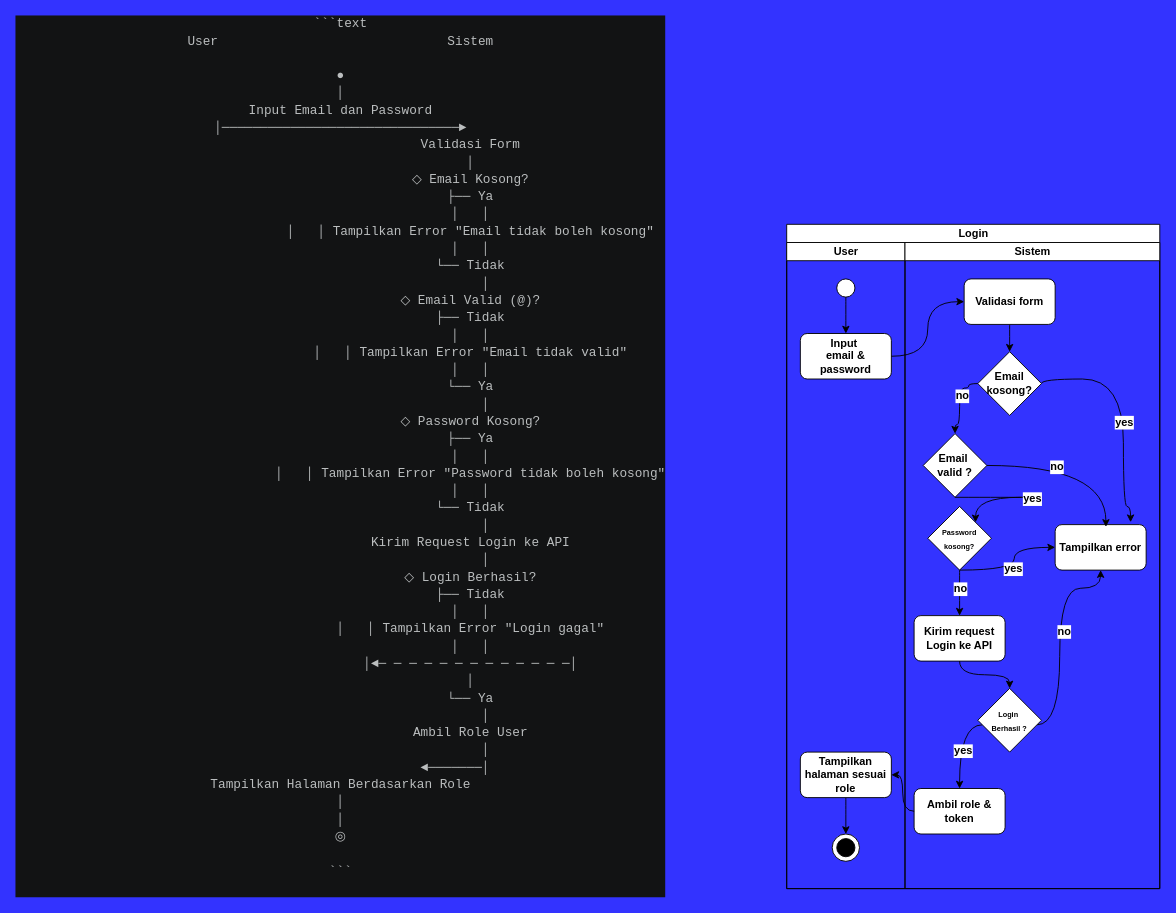
This is page "login" (7 of 7) of assets/uml/activity-diagram.drawio from RIOKOWI/warmindo_purnama_flutter, a draw.io file, before an edit. Source tidied: cells renumbered, new cells numbered last; positions are measured from the earlier drawing's top-left corner, leaving out a move shared by most shapes. Both pictures are drawn from the tidied source at 91%, with x=0, y=0 at pixel (313, 224).
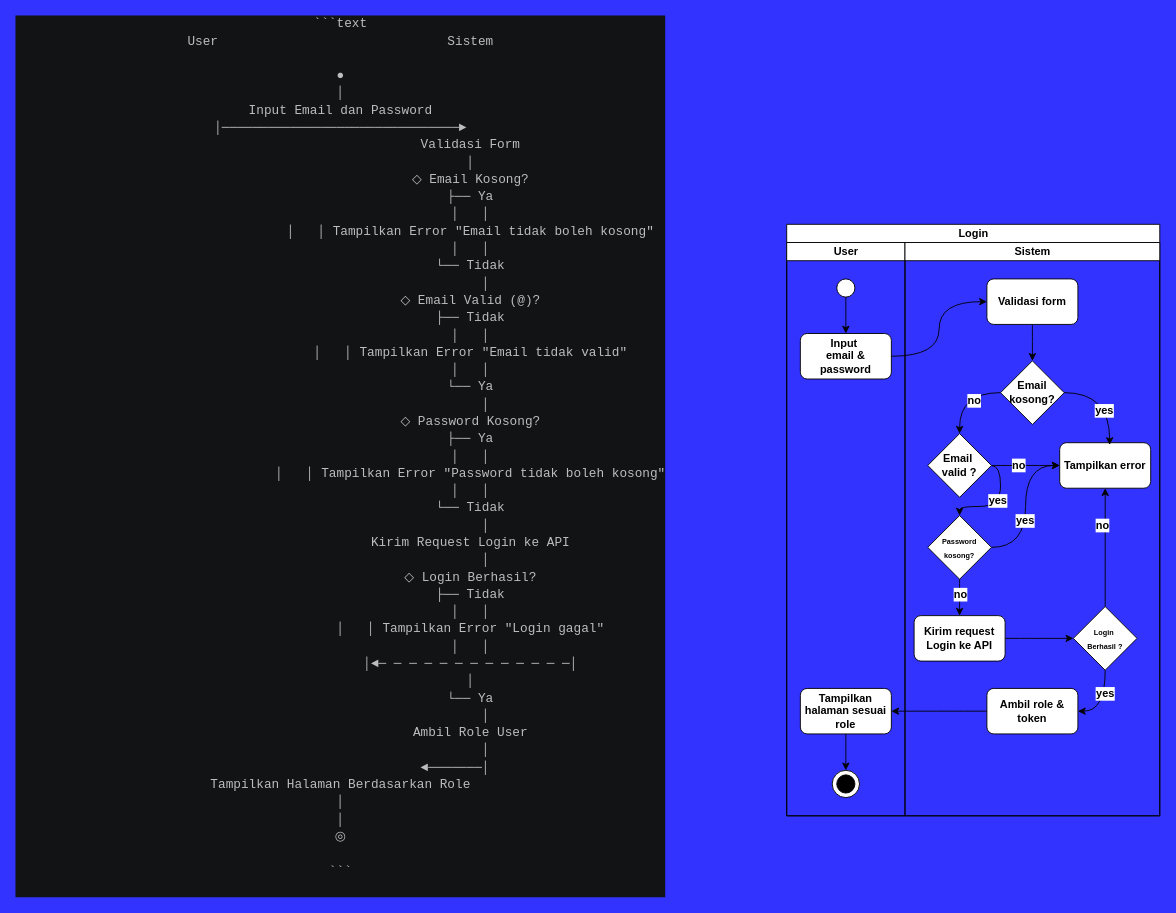
Above is the later version.

Commit message:
docs(uml): activity diagram cart

What changed in the source:
```diff
@@
     <mxCell id="3" value="Login" style="swimlane;startSize=20;html=1;" parent="1" vertex="1">
-      <mxGeometry x="520" width="410" height="730" as="geometry" />
+      <mxGeometry x="520" width="410" height="650" as="geometry" />
     </mxCell>
     <mxCell id="4" value="User" style="swimlane;startSize=20;html=1;" parent="3" vertex="1">
-      <mxGeometry y="20" width="130" height="710" as="geometry" />
+      <mxGeometry y="20" width="130" height="630" as="geometry" />
     </mxCell>
@@
-    <mxCell id="7" style="group;" parent="4" vertex="1">
-      <mxGeometry x="50" y="650" width="30" height="30" as="geometry" />
-    </mxCell>
-    <mxCell id="8" style="ellipse;whiteSpace=wrap;html=1;strokeColor=default;align=center;verticalAlign=middle;fontFamily=Helvetica;fontSize=12;fontColor=default;fontStyle=1;fillColor=default;" parent="7" vertex="1">
-      <mxGeometry width="30" height="30" as="geometry" />
-    </mxCell>
-    <mxCell id="9" style="ellipse;whiteSpace=wrap;html=1;strokeColor=default;align=center;verticalAlign=middle;fontFamily=Helvetica;fontSize=12;fontColor=default;fontStyle=1;fillColor=light-dark(#000000,#000000);" parent="7" vertex="1">
-      <mxGeometry x="5" y="5" width="20" height="20" as="geometry" />
-    </mxCell>
@@
     <mxCell id="12" value="Tampilkan halaman sesuai role" style="rounded=1;whiteSpace=wrap;html=1;strokeColor=default;align=center;verticalAlign=middle;fontFamily=Helvetica;fontSize=12;fontColor=default;fontStyle=1;fillColor=default;" parent="4" vertex="1">
-      <mxGeometry x="15" y="560" width="100" height="50" as="geometry" />
+      <mxGeometry x="15" y="490" width="100" height="50" as="geometry" />
     </mxCell>
+    <mxCell id="42" style="group;" parent="4" vertex="1">
+      <mxGeometry x="50" y="580" width="30" height="30" as="geometry" />
+    </mxCell>
+    <mxCell id="8" style="ellipse;whiteSpace=wrap;html=1;strokeColor=default;align=center;verticalAlign=middle;fontFamily=Helvetica;fontSize=12;fontColor=default;fontStyle=1;fillColor=default;" parent="42" vertex="1">
+      <mxGeometry width="30" height="30" as="geometry" />
+    </mxCell>
+    <mxCell id="9" style="ellipse;whiteSpace=wrap;html=1;strokeColor=default;align=center;verticalAlign=middle;fontFamily=Helvetica;fontSize=12;fontColor=default;fontStyle=1;fillColor=light-dark(#000000,#000000);" parent="42" vertex="1">
+      <mxGeometry x="5" y="5" width="20" height="20" as="geometry" />
+    </mxCell>
     <mxCell id="13" value="Sistem" style="swimlane;startSize=20;html=1;" parent="3" vertex="1">
-      <mxGeometry x="130" y="20" width="280" height="710" as="geometry" />
+      <mxGeometry x="130" y="20" width="280" height="630" as="geometry" />
     </mxCell>
-    <mxCell id="14" style="edgeStyle=orthogonalEdgeStyle;shape=connector;curved=1;rounded=1;html=1;entryX=0.829;entryY=-0.053;entryDx=0;entryDy=0;strokeColor=default;align=center;verticalAlign=middle;fontFamily=Helvetica;fontSize=12;fontColor=default;fontStyle=1;labelBackgroundColor=default;endArrow=classic;entryPerimeter=0;exitX=1;exitY=0.5;exitDx=0;exitDy=0;" parent="13" edge="1" source="16" target="19">
-      <mxGeometry relative="1" as="geometry">
-        <Array as="points">
-          <mxPoint x="150" y="150" />
-          <mxPoint x="240" y="150" />
-          <mxPoint x="240" y="290" />
-          <mxPoint x="248" y="290" />
-        </Array>
-      </mxGeometry>
-    </mxCell>
-    <mxCell id="15" value="yes" style="edgeLabel;html=1;align=center;verticalAlign=middle;fontFamily=Helvetica;fontSize=12;fontColor=default;fontStyle=1;labelBackgroundColor=default;" parent="14" vertex="1">
-      <mxGeometry x="0.09" relative="1" as="geometry" />
-    </mxCell>
+    <mxCell id="34" style="edgeStyle=orthogonalEdgeStyle;shape=connector;curved=1;rounded=1;html=1;entryX=0.5;entryY=0;entryDx=0;entryDy=0;strokeColor=default;align=center;verticalAlign=middle;fontFamily=Helvetica;fontSize=12;fontColor=default;fontStyle=1;labelBackgroundColor=default;endArrow=classic;" parent="13" edge="1" source="16" target="33">
+      <mxGeometry relative="1" as="geometry" />
+    </mxCell>
+    <mxCell id="43" value="no" style="edgeLabel;html=1;align=center;verticalAlign=middle;fontFamily=Helvetica;fontSize=12;fontColor=default;fontStyle=1;labelBackgroundColor=default;" parent="34" vertex="1">
+      <mxGeometry x="-0.33" y="8" relative="1" as="geometry" />
+    </mxCell>
     <mxCell id="16" value="Email kosong?" style="rhombus;whiteSpace=wrap;html=1;strokeColor=default;align=center;verticalAlign=middle;fontFamily=Helvetica;fontSize=12;fontColor=default;fontStyle=1;fillColor=default;" parent="13" vertex="1">
-      <mxGeometry x="80" y="120" width="70" height="70" as="geometry" />
+      <mxGeometry x="105" y="130" width="70" height="70" as="geometry" />
     </mxCell>
@@
     <mxCell id="18" value="Validasi form" style="rounded=1;whiteSpace=wrap;html=1;strokeColor=default;align=center;verticalAlign=middle;fontFamily=Helvetica;fontSize=12;fontColor=default;fontStyle=1;fillColor=default;" parent="13" vertex="1">
-      <mxGeometry x="65" y="40" width="100" height="50" as="geometry" />
+      <mxGeometry x="90" y="40" width="100" height="50" as="geometry" />
     </mxCell>
     <mxCell id="19" value="Tampilkan error" style="rounded=1;whiteSpace=wrap;html=1;strokeColor=default;align=center;verticalAlign=middle;fontFamily=Helvetica;fontSize=12;fontColor=default;fontStyle=1;fillColor=default;" parent="13" vertex="1">
-      <mxGeometry x="165" y="310" width="100" height="50" as="geometry" />
+      <mxGeometry x="170" y="220" width="100" height="50" as="geometry" />
     </mxCell>
@@
     <mxCell id="22" style="edgeStyle=orthogonalEdgeStyle;shape=connector;curved=1;rounded=1;html=1;entryX=0;entryY=0.5;entryDx=0;entryDy=0;strokeColor=default;align=center;verticalAlign=middle;fontFamily=Helvetica;fontSize=12;fontColor=default;fontStyle=1;labelBackgroundColor=default;endArrow=classic;" parent="13" edge="1" source="24" target="19">
-      <mxGeometry relative="1" as="geometry">
-        <Array as="points">
-          <mxPoint x="120" y="360" />
-          <mxPoint x="120" y="335" />
-        </Array>
-      </mxGeometry>
+      <mxGeometry relative="1" as="geometry" />
     </mxCell>
-    <mxCell id="23" value="yes" style="edgeLabel;html=1;align=center;verticalAlign=middle;fontFamily=Helvetica;fontSize=12;fontColor=default;fontStyle=1;labelBackgroundColor=default;" parent="22" vertex="1">
-      <mxGeometry x="-0.04" y="2" relative="1" as="geometry" />
-    </mxCell>
+    <mxCell id="44" value="yes" style="edgeLabel;html=1;align=center;verticalAlign=middle;fontFamily=Helvetica;fontSize=12;fontColor=default;fontStyle=1;labelBackgroundColor=default;" parent="22" vertex="1">
+      <mxGeometry x="-0.19" y="1" relative="1" as="geometry" />
+    </mxCell>
     <mxCell id="24" value="&lt;font style=&quot;font-size: 8px;&quot;&gt;Password kosong?&lt;/font&gt;" style="rhombus;whiteSpace=wrap;html=1;strokeColor=default;align=center;verticalAlign=middle;fontFamily=Helvetica;fontSize=12;fontColor=default;fontStyle=1;fillColor=default;" parent="13" vertex="1">
-      <mxGeometry x="25" y="290" width="70" height="70" as="geometry" />
+      <mxGeometry x="25" y="300" width="70" height="70" as="geometry" />
     </mxCell>
@@
+    <mxCell id="29" style="edgeStyle=orthogonalEdgeStyle;shape=connector;curved=1;rounded=1;html=1;entryX=0.5;entryY=1;entryDx=0;entryDy=0;strokeColor=default;align=center;verticalAlign=middle;fontFamily=Helvetica;fontSize=12;fontColor=default;fontStyle=1;labelBackgroundColor=default;endArrow=classic;" parent="13" edge="1" source="31" target="19">
+      <mxGeometry relative="1" as="geometry" />
+    </mxCell>
+    <mxCell id="45" value="no" style="edgeLabel;html=1;align=center;verticalAlign=middle;fontFamily=Helvetica;fontSize=12;fontColor=default;fontStyle=1;labelBackgroundColor=default;" parent="29" vertex="1">
+      <mxGeometry x="0.38" y="4" relative="1" as="geometry" />
+    </mxCell>
-    <mxCell id="27" style="edgeStyle=orthogonalEdgeStyle;shape=connector;curved=1;rounded=1;html=1;entryX=0.5;entryY=0;entryDx=0;entryDy=0;strokeColor=default;align=center;verticalAlign=middle;fontFamily=Helvetica;fontSize=12;fontColor=default;fontStyle=1;labelBackgroundColor=default;endArrow=classic;" parent="13" edge="1" source="31" target="32">
-      <mxGeometry relative="1" as="geometry">
-        <Array as="points">
-          <mxPoint x="60" y="530" />
-        </Array>
-      </mxGeometry>
+    <mxCell id="27" style="edgeStyle=orthogonalEdgeStyle;shape=connector;curved=1;rounded=1;html=1;entryX=1;entryY=0.5;entryDx=0;entryDy=0;strokeColor=default;align=center;verticalAlign=middle;fontFamily=Helvetica;fontSize=12;fontColor=default;fontStyle=1;labelBackgroundColor=default;endArrow=classic;" parent="13" edge="1" source="31" target="32">
+      <mxGeometry relative="1" as="geometry" />
     </mxCell>
-    <mxCell id="28" value="yes" style="edgeLabel;html=1;align=center;verticalAlign=middle;fontFamily=Helvetica;fontSize=12;fontColor=default;fontStyle=1;labelBackgroundColor=default;" parent="27" vertex="1">
-      <mxGeometry x="0.12" y="3" relative="1" as="geometry" />
-    </mxCell>
-    <mxCell id="29" style="edgeStyle=orthogonalEdgeStyle;shape=connector;curved=1;rounded=1;html=1;entryX=0.5;entryY=1;entryDx=0;entryDy=0;strokeColor=default;align=center;verticalAlign=middle;fontFamily=Helvetica;fontSize=12;fontColor=default;fontStyle=1;labelBackgroundColor=default;endArrow=classic;" parent="13" edge="1" source="31" target="19">
-      <mxGeometry relative="1" as="geometry">
-        <Array as="points">
-          <mxPoint x="170" y="530" />
-          <mxPoint x="170" y="380" />
-          <mxPoint x="215" y="380" />
-        </Array>
-      </mxGeometry>
-    </mxCell>
-    <mxCell id="30" value="no" style="edgeLabel;html=1;align=center;verticalAlign=middle;fontFamily=Helvetica;fontSize=12;fontColor=default;fontStyle=1;labelBackgroundColor=default;" parent="29" vertex="1">
-      <mxGeometry x="0.07" y="-4" relative="1" as="geometry" />
-    </mxCell>
+    <mxCell id="46" value="yes" style="edgeLabel;html=1;align=center;verticalAlign=middle;fontFamily=Helvetica;fontSize=12;fontColor=default;fontStyle=1;labelBackgroundColor=default;" parent="27" vertex="1">
+      <mxGeometry x="-0.33" y="-1" relative="1" as="geometry" />
+    </mxCell>
     <mxCell id="31" value="&lt;font style=&quot;font-size: 8px;&quot;&gt;Login&amp;nbsp;&lt;/font&gt;&lt;div&gt;&lt;font style=&quot;font-size: 8px;&quot;&gt;Berhasil ?&lt;/font&gt;&lt;/div&gt;" style="rhombus;whiteSpace=wrap;html=1;strokeColor=default;align=center;verticalAlign=middle;fontFamily=Helvetica;fontSize=12;fontColor=default;fontStyle=1;fillColor=default;" parent="13" vertex="1">
-      <mxGeometry x="80" y="490" width="70" height="70" as="geometry" />
+      <mxGeometry x="185" y="400" width="70" height="70" as="geometry" />
     </mxCell>
     <mxCell id="32" value="Ambil role &amp;amp; token" style="rounded=1;whiteSpace=wrap;html=1;strokeColor=default;align=center;verticalAlign=middle;fontFamily=Helvetica;fontSize=12;fontColor=default;fontStyle=1;fillColor=default;" parent="13" vertex="1">
-      <mxGeometry x="10" y="600" width="100" height="50" as="geometry" />
+      <mxGeometry x="90" y="490" width="100" height="50" as="geometry" />
     </mxCell>
+    <mxCell id="36" style="edgeStyle=orthogonalEdgeStyle;shape=connector;curved=1;rounded=1;html=1;entryX=0;entryY=0.5;entryDx=0;entryDy=0;strokeColor=default;align=center;verticalAlign=middle;fontFamily=Helvetica;fontSize=12;fontColor=default;fontStyle=1;labelBackgroundColor=default;endArrow=classic;" parent="13" edge="1" source="33" target="19">
+      <mxGeometry relative="1" as="geometry" />
+    </mxCell>
+    <mxCell id="47" value="no" style="edgeLabel;html=1;align=center;verticalAlign=middle;fontFamily=Helvetica;fontSize=12;fontColor=default;fontStyle=1;labelBackgroundColor=default;" parent="36" vertex="1">
+      <mxGeometry x="-0.23" y="1" relative="1" as="geometry" />
+    </mxCell>
+    <mxCell id="38" style="edgeStyle=orthogonalEdgeStyle;shape=connector;curved=1;rounded=1;html=1;entryX=0.5;entryY=0;entryDx=0;entryDy=0;strokeColor=default;align=center;verticalAlign=middle;fontFamily=Helvetica;fontSize=12;fontColor=default;fontStyle=1;labelBackgroundColor=default;endArrow=classic;exitX=1;exitY=0.5;exitDx=0;exitDy=0;" parent="13" edge="1" source="33" target="24">
+      <mxGeometry relative="1" as="geometry" />
+    </mxCell>
+    <mxCell id="48" value="yes" style="edgeLabel;html=1;align=center;verticalAlign=middle;fontFamily=Helvetica;fontSize=12;fontColor=default;fontStyle=1;labelBackgroundColor=default;" parent="38" vertex="1">
+      <mxGeometry x="-0.12" y="-4" relative="1" as="geometry" />
+    </mxCell>
     <mxCell id="33" value="Email&amp;nbsp;&lt;div&gt;valid ?&lt;/div&gt;" style="rhombus;whiteSpace=wrap;html=1;strokeColor=default;align=center;verticalAlign=middle;fontFamily=Helvetica;fontSize=12;fontColor=default;fontStyle=1;fillColor=default;" parent="13" vertex="1">
-      <mxGeometry x="20" y="210" width="70" height="70" as="geometry" />
+      <mxGeometry x="25" y="210" width="70" height="70" as="geometry" />
     </mxCell>
-    <mxCell id="34" style="edgeStyle=orthogonalEdgeStyle;shape=connector;curved=1;rounded=1;html=1;entryX=0.5;entryY=0;entryDx=0;entryDy=0;strokeColor=default;align=center;verticalAlign=middle;fontFamily=Helvetica;fontSize=12;fontColor=default;fontStyle=1;labelBackgroundColor=default;endArrow=classic;exitX=0;exitY=0.5;exitDx=0;exitDy=0;" parent="13" edge="1" source="16" target="33">
-      <mxGeometry relative="1" as="geometry">
-        <Array as="points">
-          <mxPoint x="70" y="155" />
-          <mxPoint x="70" y="160" />
-          <mxPoint x="60" y="160" />
-          <mxPoint x="60" y="200" />
-          <mxPoint x="55" y="200" />
-        </Array>
-      </mxGeometry>
-    </mxCell>
-    <mxCell id="35" value="no" style="edgeLabel;html=1;align=center;verticalAlign=middle;fontFamily=Helvetica;fontSize=12;fontColor=default;fontStyle=1;labelBackgroundColor=default;" parent="34" vertex="1">
-      <mxGeometry x="-0.18" y="2" relative="1" as="geometry" />
-    </mxCell>
-    <mxCell id="36" style="edgeStyle=orthogonalEdgeStyle;shape=connector;curved=1;rounded=1;html=1;entryX=0.558;entryY=0.05;entryDx=0;entryDy=0;entryPerimeter=0;strokeColor=default;align=center;verticalAlign=middle;fontFamily=Helvetica;fontSize=12;fontColor=default;fontStyle=1;labelBackgroundColor=default;endArrow=classic;exitX=1;exitY=0.5;exitDx=0;exitDy=0;" parent="13" edge="1" source="33" target="19">
-      <mxGeometry relative="1" as="geometry" />
-    </mxCell>
-    <mxCell id="37" value="no" style="edgeLabel;html=1;align=center;verticalAlign=middle;fontFamily=Helvetica;fontSize=12;fontColor=default;fontStyle=1;labelBackgroundColor=default;" parent="36" vertex="1">
-      <mxGeometry x="-0.23" y="-1" relative="1" as="geometry" />
-    </mxCell>
-    <mxCell id="38" style="edgeStyle=orthogonalEdgeStyle;shape=connector;curved=1;rounded=1;html=1;entryX=1;entryY=0;entryDx=0;entryDy=0;strokeColor=default;align=center;verticalAlign=middle;fontFamily=Helvetica;fontSize=12;fontColor=default;fontStyle=1;labelBackgroundColor=default;endArrow=classic;" parent="13" edge="1" source="33" target="24">
-      <mxGeometry relative="1" as="geometry">
-        <Array as="points">
-          <mxPoint x="175" y="280" />
-          <mxPoint x="77" y="280" />
-        </Array>
-      </mxGeometry>
-    </mxCell>
-    <mxCell id="39" value="yes" style="edgeLabel;html=1;align=center;verticalAlign=middle;fontFamily=Helvetica;fontSize=12;fontColor=default;fontStyle=1;labelBackgroundColor=default;" parent="38" vertex="1">
-      <mxGeometry x="0.27" y="1" relative="1" as="geometry" />
-    </mxCell>
+    <mxCell id="14" style="edgeStyle=orthogonalEdgeStyle;shape=connector;curved=1;rounded=1;html=1;entryX=0.549;entryY=0.05;entryDx=0;entryDy=0;entryPerimeter=0;strokeColor=default;align=center;verticalAlign=middle;fontFamily=Helvetica;fontSize=12;fontColor=default;fontStyle=1;labelBackgroundColor=default;endArrow=classic;" parent="13" edge="1" source="16" target="19">
+      <mxGeometry relative="1" as="geometry">
+        <Array as="points">
+          <mxPoint x="225" y="165" />
+        </Array>
+      </mxGeometry>
+    </mxCell>
+    <mxCell id="49" value="yes" style="edgeLabel;html=1;align=center;verticalAlign=middle;fontFamily=Helvetica;fontSize=12;fontColor=default;fontStyle=1;labelBackgroundColor=default;" parent="14" vertex="1">
+      <mxGeometry x="0.29" y="-6" relative="1" as="geometry" />
+    </mxCell>
```
